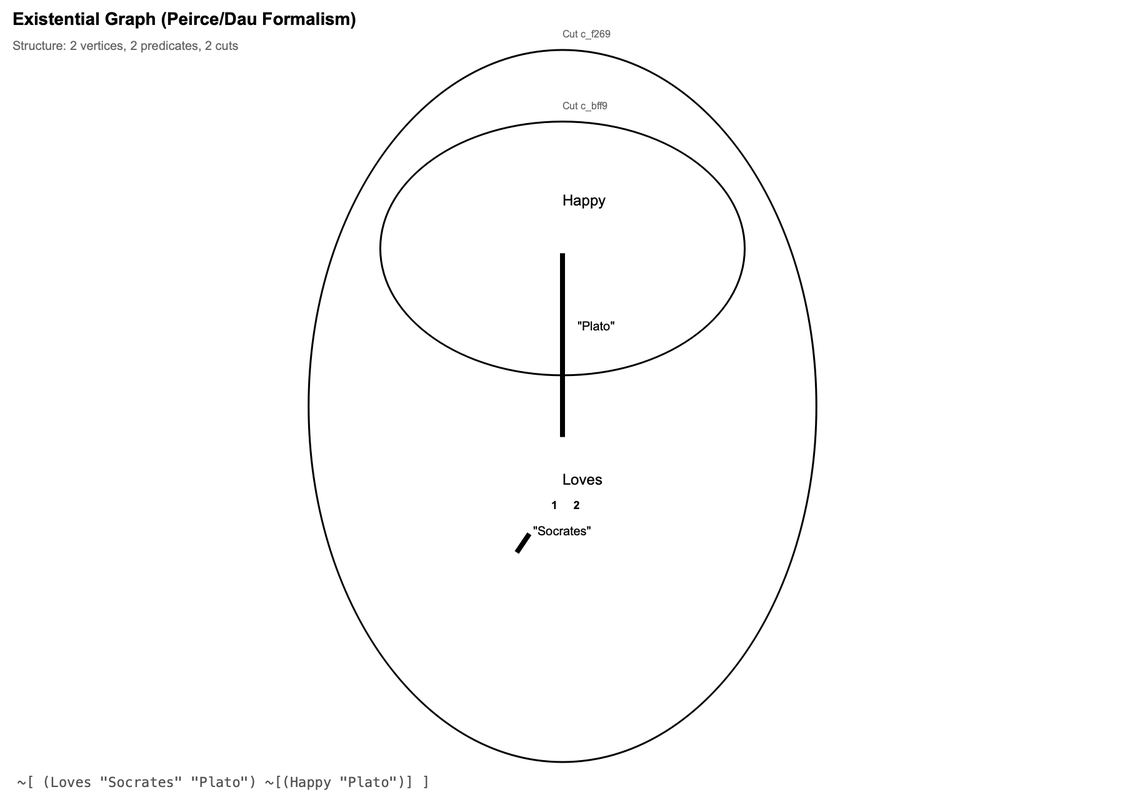
Earlier version of the Graphviz export reports/sanity_egif_dot/implication_const.png (mijahauan/Arisbe). Its source is kept beside it as reports/sanity_egif_dot/implication_const.dot.
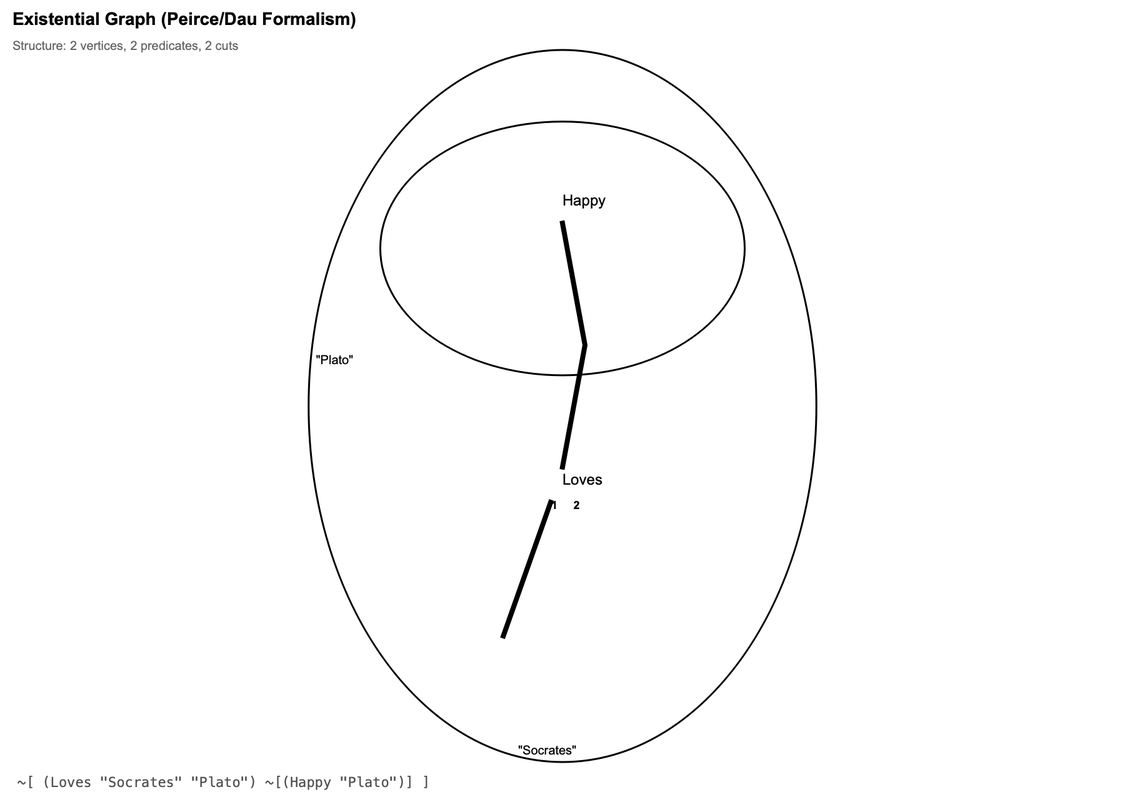
After the commit.

The edit, as a diff of the source:
```diff
@@ -16,8 +16,8 @@
   node [shape=circle, style=filled, fillcolor=lightblue, fontsize=10];
   edge [fontsize=9, labeldistance=1.5, labelangle=0];
 
-  subgraph cluster_c_f2697bc2 {
-    label="Cut c_f2697b";
+  subgraph cluster_c_75534e3c {
+    label="Cut c_75534e";
     style=rounded;
     color=black;
     penwidth=1.5;
@@ -26,8 +26,8 @@
     fontsize=8;
     clusterrank=local;  // Layout this cluster separately
 
-    subgraph cluster_c_bff9d4f2 {
-      label="Cut c_bff9d4";
+    subgraph cluster_c_ebea48b3 {
+      label="Cut c_ebea48";
       style=rounded;
       color=black;
       penwidth=1.5;
@@ -36,16 +36,16 @@
       fontsize=8;
       clusterrank=local;  // Layout this cluster separately
 
-      e_4e0145f4 [label="Happy", shape=box, fillcolor=lightyellow, width=1.50, height=0.60, fixedsize=true];
+      e_acca2ab4 [label="Happy", shape=box, fillcolor=lightyellow, width=1.50, height=0.60, fixedsize=true];
     }
 
-    v_9730b550 [label="", width=0.84, height=0.65, fixedsize=true];
-    v_727db45c [label="", width=0.80, height=0.65, fixedsize=true];
-    e_ef1e1b1f [label="Loves", shape=box, fillcolor=lightyellow, width=1.50, height=0.60, fixedsize=true];
+    v_0cb130d7 [label="", width=0.84, height=0.65, fixedsize=true];
+    v_9e9fa727 [label="", width=0.80, height=0.65, fixedsize=true];
+    e_401f7ac8 [label="Loves", shape=box, fillcolor=lightyellow, width=1.50, height=0.60, fixedsize=true];
   }
 
-  v_9730b550 -- e_ef1e1b1f:w [style=bold, penwidth=2, lhead=cluster_c_f2697bc2, ltail=cluster_c_f2697bc2];
-  v_727db45c -- e_ef1e1b1f:e [style=bold, penwidth=2, lhead=cluster_c_f2697bc2, ltail=cluster_c_f2697bc2];
-  v_727db45c -- e_4e0145f4 [style=bold, penwidth=2, lhead=cluster_c_bff9d4f2, ltail=cluster_c_f2697bc2];
+  v_0cb130d7 -- e_401f7ac8:w [style=bold, penwidth=2, lhead=cluster_c_75534e3c, ltail=cluster_c_75534e3c];
+  v_9e9fa727 -- e_401f7ac8:e [style=bold, penwidth=2, lhead=cluster_c_75534e3c, ltail=cluster_c_75534e3c];
+  v_9e9fa727 -- e_acca2ab4 [style=bold, penwidth=2, lhead=cluster_c_ebea48b3, ltail=cluster_c_75534e3c];
 
 }
```
